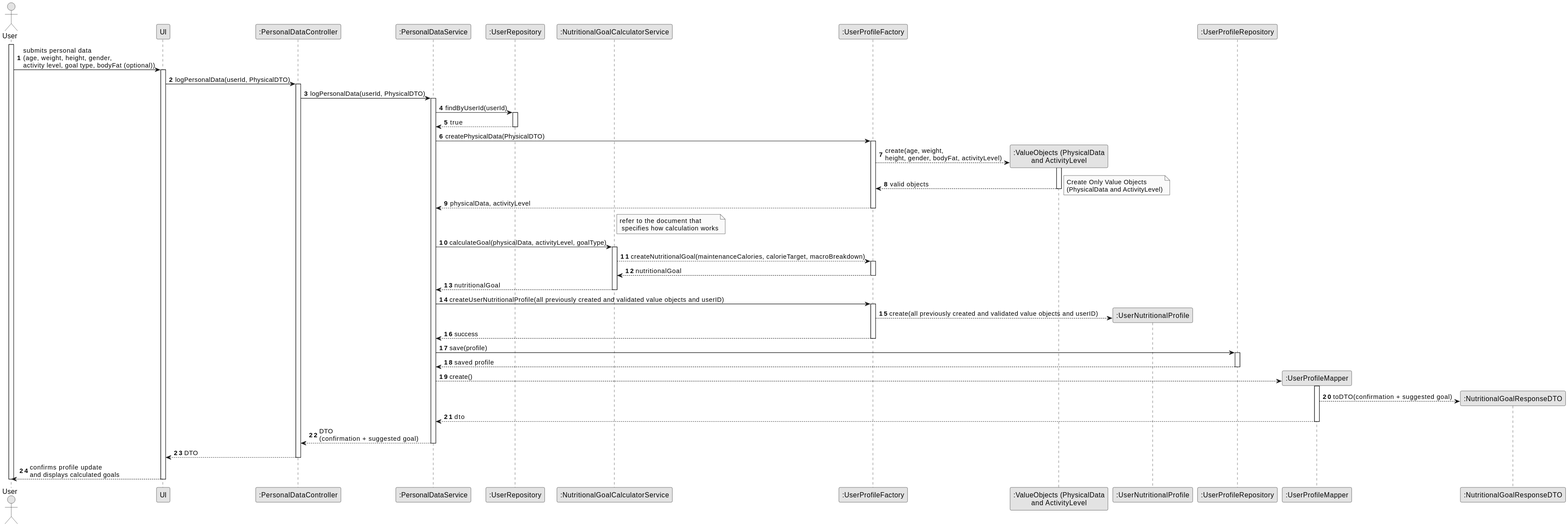
The PlantUML diagram backend/docs/US001/US001_SD.svg in Pedro-P21/FitMaxxer, before a commit.
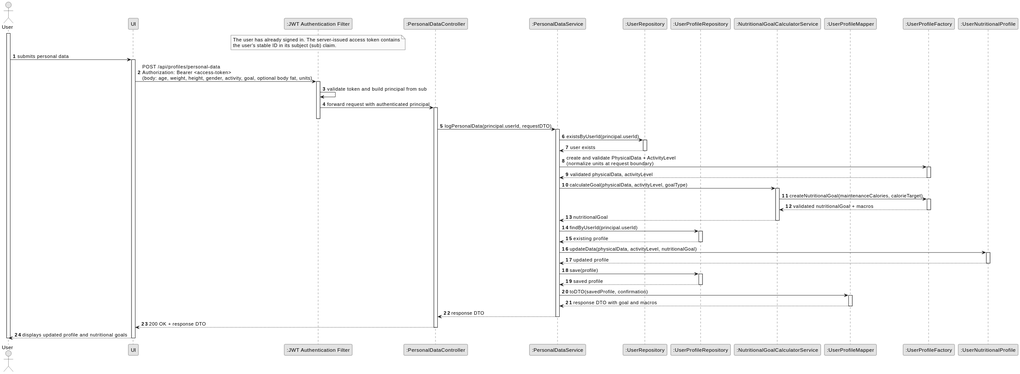
Above is the later version.

Diff of the diagram source:
```diff
@@ -6,79 +6,79 @@
 
 actor "User" as Actor
 participant "UI" as UI
+participant ":JWT Authentication Filter" as Auth
 participant ":PersonalDataController" as Ctrl
 participant ":PersonalDataService" as Svc
 participant ":UserRepository" as UserRepo
+participant ":UserProfileRepository" as ProfileRepo
 participant ":NutritionalGoalCalculatorService" as Calc
+participant ":UserProfileMapper" as Mapper
 participant ":UserProfileFactory" as Factory
-participant ":ValueObjects (PhysicalData\nand ActivityLevel" as VOs
 participant ":UserNutritionalProfile" as Profile
-participant ":UserProfileRepository" as Repo
-participant ":UserProfileMapper" as Mapper
-participant ":NutritionalGoalResponseDTO" as dto
 
+note over Auth
+  The user has already signed in. The server-issued access token contains
+  the user's stable ID in its subject (sub) claim.
+end note
 
 activate Actor
-Actor -> UI : submits personal data\n(age, weight, height, gender,\nactivity level, goal type, bodyFat (optional))
+Actor -> UI : submits personal data
 activate UI
+UI -> Auth : POST /api/profiles/personal-data\nAuthorization: Bearer <access-token>\n(body: age, weight, height, gender, activity, goal, optional body fat, units)
+activate Auth
 
-UI -> Ctrl : logPersonalData(userId, PhysicalDTO)
+Auth -> Auth : validate token and build principal from sub
+Auth -> Ctrl : forward request with authenticated principal
 activate Ctrl
+deactivate Auth
 
-Ctrl -> Svc : logPersonalData(userId, PhysicalDTO)
+Ctrl -> Svc : logPersonalData(principal.userId, requestDTO)
 activate Svc
 
-Svc -> UserRepo : findByUserId(userId)
+Svc -> UserRepo : existsByUserId(principal.userId)
 activate UserRepo
-UserRepo --> Svc : true
+UserRepo --> Svc : user exists
 deactivate UserRepo
 
-Svc -> Factory : createPhysicalData(PhysicalDTO)
+Svc -> Factory : create and validate PhysicalData + ActivityLevel\n(normalize units at request boundary)
 activate Factory
-Factory --> VOs** : create(age, weight,\nheight, gender, bodyFat, activityLevel)
-activate VOs
-VOs --> Factory: valid objects
-deactivate VOs
-note right
-  Create Only Value Objects
-  (PhysicalData and ActivityLevel)
-end note
-Factory --> Svc : physicalData, activityLevel
+Factory --> Svc : validated physicalData, activityLevel
 deactivate Factory
-note right of Calc: refer to the document that\n specifies how calculation works
+
 Svc -> Calc : calculateGoal(physicalData, activityLevel, goalType)
 activate Calc
-Calc --> Factory: createNutritionalGoal(maintenanceCalories, calorieTarget, macroBreakdown)
+Calc -> Factory : createNutritionalGoal(maintenanceCalories, calorieTarget)
 activate Factory
-Factory --> Calc: nutritionalGoal
+Factory --> Calc : validated nutritionalGoal + macros
 deactivate Factory
 Calc --> Svc : nutritionalGoal
 deactivate Calc
 
-Svc -> Factory: createUserNutritionalProfile(all previously created and validated value objects and userID)
-activate Factory
-Factory --> Profile**: create(all previously created and validated value objects and userID)
-Factory --> Svc: success
-deactivate Factory
+Svc -> ProfileRepo : findByUserId(principal.userId)
+activate ProfileRepo
+ProfileRepo --> Svc : existing profile
+deactivate ProfileRepo
 
+Svc -> Profile : updateData(physicalData, activityLevel, nutritionalGoal)
+activate Profile
+Profile --> Svc : updated profile
+deactivate Profile
 
-Svc -> Repo : save(profile)
-activate Repo
-Repo --> Svc : saved profile
-deactivate Repo
+Svc -> ProfileRepo : save(profile)
+activate ProfileRepo
+ProfileRepo --> Svc : saved profile
+deactivate ProfileRepo
 
-Svc --> Mapper**: create()
+Svc -> Mapper : toDTO(savedProfile, confirmation)
 activate Mapper
-Mapper --> dto**: toDTO(confirmation + suggested goal)
-Mapper --> Svc: dto
+Mapper --> Svc : response DTO with goal and macros
 deactivate Mapper
-Svc --> Ctrl : DTO\n(confirmation + suggested goal)
+
+Svc --> Ctrl : response DTO
 deactivate Svc
-
-Ctrl --> UI : DTO
+Ctrl --> UI : 200 OK + response DTO
 deactivate Ctrl
-
-UI --> Actor : confirms profile update\nand displays calculated goals
+UI --> Actor : displays updated profile and nutritional goals
 deactivate UI
 deactivate Actor
 @enduml
```
